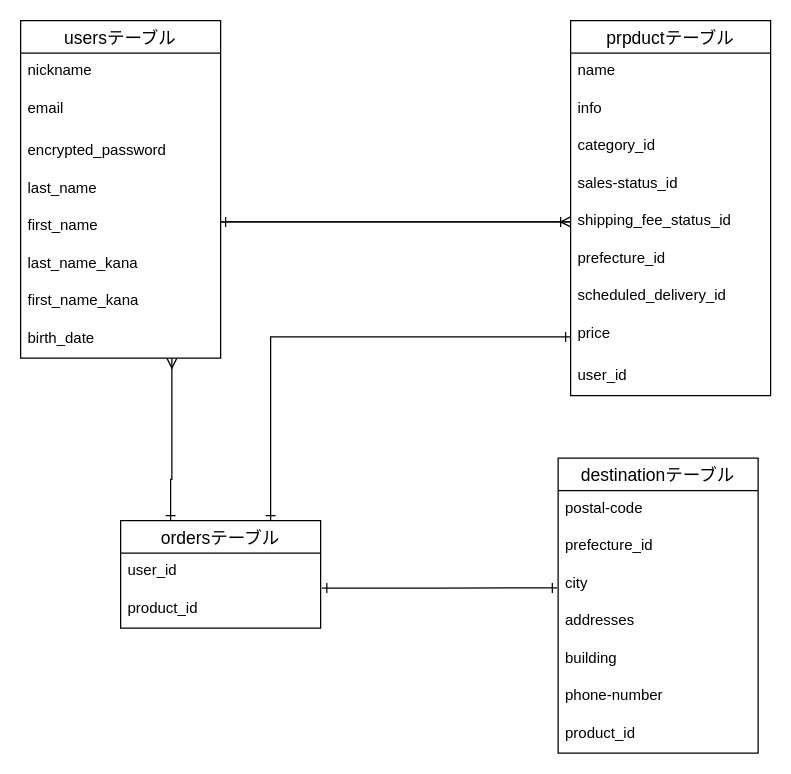
kosuke-morikawa/furima-35085 keeps this draw.io diagram as furima.dio. Above is the earlier version. Source tidied: cells renumbered, new cells numbered last; positions are measured from the earlier drawing's top-left corner, leaving out a move shared by most shapes. Both pictures are drawn from the tidied source at 125%, with x=0, y=0 at pixel (20, 20).
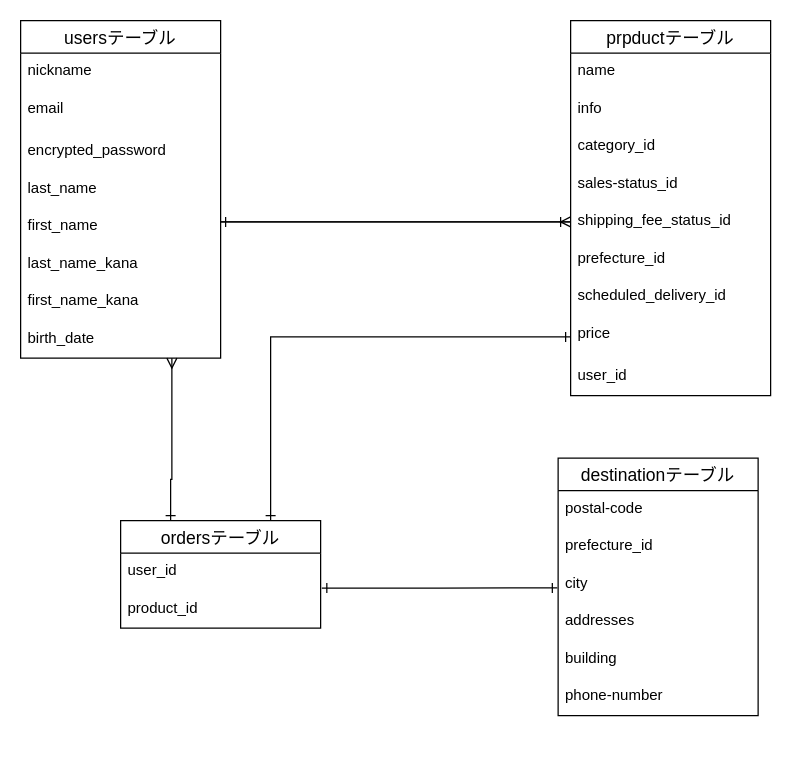
The same page after the edit.

Commit message (it also covers changes not shown here):
データベース修正6

Diff of the diagram source:
```diff
@@
     <mxCell id="28" value="destinationテーブル" style="swimlane;fontStyle=0;horizontal=1;startSize=26;align=center;fontSize=14;" parent="1" vertex="1">
-      <mxGeometry x="430" y="350" width="160" height="236" as="geometry" />
+      <mxGeometry x="430" y="350" width="160" height="206" as="geometry" />
     </mxCell>
@@
-    <mxCell id="35" value="product_id" style="text;strokeColor=none;fillColor=none;spacingLeft=4;spacingRight=4;overflow=hidden;fontSize=12;" parent="28" vertex="1">
-      <mxGeometry y="206" width="160" height="30" as="geometry" />
-    </mxCell>
```
